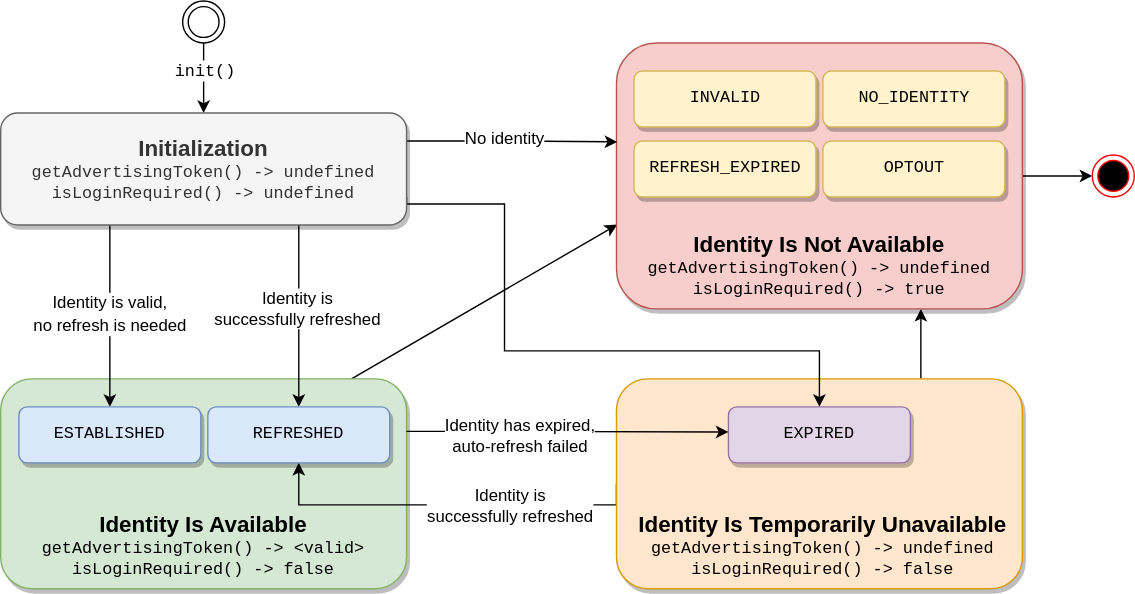
The draw.io diagram api/v1/sdks/uid2-js-sdk-workflow.svg in IABTechLab/uid2docs, before a commit. Source tidied: cells renumbered, new cells last; positions are measured from the earlier drawing's top-left corner, leaving out a move shared by most shapes. Source of this version:
```xml
<mxGraphModel>
  <root>
    <mxCell id="0" />
    <mxCell id="1" parent="0" />
    <mxCell id="2" style="rounded=0;jettySize=auto;html=1;exitX=0.857;exitY=0.008;exitDx=0;exitDy=0;exitPerimeter=0;entryX=0.002;entryY=0.683;entryDx=0;entryDy=0;entryPerimeter=0;" parent="1" edge="1" source="3" target="9">
      <mxGeometry relative="1" as="geometry" />
    </mxCell>
    <mxCell id="3" style="rounded=1;whiteSpace=wrap;html=1;fontFamily=Courier New;fontSize=16;fillColor=#d5e8d4;strokeColor=#82b366;gradientDirection=north;shadow=1;" parent="1" vertex="1">
      <mxGeometry y="270" width="290" height="150" as="geometry" />
    </mxCell>
    <mxCell id="4" style="edgeStyle=orthogonalEdgeStyle;rounded=0;jettySize=auto;html=1;fontFamily=Helvetica;fontSize=12;entryX=0.5;entryY=1;entryDx=0;entryDy=0;exitX=0;exitY=0.5;exitDx=0;exitDy=0;" parent="1" edge="1" source="7" target="21">
      <mxGeometry relative="1" as="geometry">
        <Array as="points">
          <mxPoint x="440" y="360" />
          <mxPoint x="213" y="360" />
        </Array>
      </mxGeometry>
    </mxCell>
    <mxCell id="5" value="Identity is&lt;br&gt;successfully refreshed" style="edgeLabel;html=1;align=center;verticalAlign=middle;fontSize=12;fontFamily=Helvetica;" parent="4" vertex="1">
      <mxGeometry x="-0.2" relative="1" as="geometry">
        <mxPoint x="17" as="offset" />
      </mxGeometry>
    </mxCell>
    <mxCell id="6" style="edgeStyle=none;rounded=0;jettySize=auto;html=1;exitX=0.75;exitY=0;exitDx=0;exitDy=0;entryX=0.75;entryY=1;entryDx=0;entryDy=0;" parent="1" edge="1" source="7" target="9">
      <mxGeometry relative="1" as="geometry" />
    </mxCell>
    <mxCell id="7" style="rounded=1;whiteSpace=wrap;html=1;fontFamily=Courier New;fontSize=16;fillColor=#ffe6cc;strokeColor=#d79b00;gradientDirection=north;shadow=1;" parent="1" vertex="1">
      <mxGeometry x="440" y="270" width="290" height="150" as="geometry" />
    </mxCell>
    <mxCell id="8" style="edgeStyle=orthogonalEdgeStyle;rounded=0;jettySize=auto;html=1;exitX=1;exitY=0.5;exitDx=0;exitDy=0;entryX=0;entryY=0.5;entryDx=0;entryDy=0;fontFamily=Helvetica;fontSize=12;fontColor=default;" parent="1" edge="1" source="9" target="30">
      <mxGeometry relative="1" as="geometry" />
    </mxCell>
    <mxCell id="9" style="rounded=1;whiteSpace=wrap;html=1;fontFamily=Courier New;fontSize=16;fillColor=#f8cecc;strokeColor=#b85450;gradientDirection=north;shadow=1;" parent="1" vertex="1">
      <mxGeometry x="440" y="30" width="290" height="190" as="geometry" />
    </mxCell>
    <mxCell id="10" style="edgeStyle=orthogonalEdgeStyle;rounded=0;jettySize=auto;html=1;exitX=0.5;exitY=1;exitDx=0;exitDy=0;entryX=0.5;entryY=0;entryDx=0;entryDy=0;fontFamily=Helvetica;fontSize=12;fontColor=default;" parent="1" edge="1" source="31" target="19">
      <mxGeometry relative="1" as="geometry" />
    </mxCell>
    <mxCell id="11" value="&lt;font face=&quot;Courier New&quot;&gt;init()&lt;/font&gt;" style="edgeLabel;html=1;align=center;verticalAlign=middle;fontSize=12;fontFamily=Helvetica;fontColor=default;" parent="10" vertex="1">
      <mxGeometry x="-0.24" relative="1" as="geometry" />
    </mxCell>
    <mxCell id="12" style="edgeStyle=orthogonalEdgeStyle;rounded=0;jettySize=auto;html=1;entryX=0.5;entryY=0;entryDx=0;entryDy=0;fontFamily=Courier New;fontSize=12;" parent="1" edge="1" target="22">
      <mxGeometry relative="1" as="geometry">
        <mxPoint x="78" y="160" as="sourcePoint" />
      </mxGeometry>
    </mxCell>
    <mxCell id="13" value="&lt;font face=&quot;Helvetica&quot;&gt;Identity is valid,&lt;br&gt;no refresh is needed&lt;/font&gt;" style="edgeLabel;html=1;align=center;verticalAlign=middle;fontSize=12;fontFamily=Courier New;spacingTop=3;spacingLeft=3;spacingBottom=3;spacingRight=5;spacing=3;" parent="12" vertex="1">
      <mxGeometry x="-0.04" relative="1" as="geometry" />
    </mxCell>
    <mxCell id="14" style="edgeStyle=orthogonalEdgeStyle;rounded=0;jettySize=auto;html=1;entryX=0.5;entryY=0;entryDx=0;entryDy=0;fontFamily=Courier New;fontSize=12;" parent="1" edge="1" target="21">
      <mxGeometry relative="1" as="geometry">
        <mxPoint x="213" y="160" as="sourcePoint" />
      </mxGeometry>
    </mxCell>
    <mxCell id="15" value="Identity is&lt;br&gt;successfully refreshed" style="edgeLabel;html=1;align=center;verticalAlign=middle;fontSize=12;fontFamily=Helvetica;" parent="14" vertex="1">
      <mxGeometry x="-0.1" y="-2" relative="1" as="geometry" />
    </mxCell>
    <mxCell id="16" style="edgeStyle=orthogonalEdgeStyle;rounded=0;jettySize=auto;html=1;exitX=1;exitY=0.25;exitDx=0;exitDy=0;fontFamily=Helvetica;fontSize=12;entryX=0.002;entryY=0.372;entryDx=0;entryDy=0;entryPerimeter=0;" parent="1" edge="1" source="19" target="9">
      <mxGeometry relative="1" as="geometry" />
    </mxCell>
    <mxCell id="17" value="No identity" style="edgeLabel;html=1;align=center;verticalAlign=middle;fontSize=12;fontFamily=Helvetica;" parent="16" vertex="1">
      <mxGeometry x="-0.09" y="2" relative="1" as="geometry" />
    </mxCell>
    <mxCell id="18" style="edgeStyle=orthogonalEdgeStyle;rounded=0;jettySize=auto;html=1;exitX=1;exitY=0.75;exitDx=0;exitDy=0;fontFamily=Helvetica;fontSize=12;" parent="1" edge="1" source="19" target="26">
      <mxGeometry relative="1" as="geometry">
        <Array as="points">
          <mxPoint x="360" y="145" />
          <mxPoint x="360" y="250" />
          <mxPoint x="585" y="250" />
        </Array>
      </mxGeometry>
    </mxCell>
    <mxCell id="19" value="&lt;b&gt;&lt;font style=&quot;font-size: 16px&quot;&gt;Initialization&lt;/font&gt;&lt;/b&gt;&lt;br&gt;&lt;span&gt;&lt;font face=&quot;Courier New&quot;&gt;getAdvertisingToken() -&amp;gt; undefined&lt;br&gt;isLoginRequired() -&amp;gt; undefined&lt;/font&gt;&lt;br&gt;&lt;/span&gt;" style="rounded=1;whiteSpace=wrap;html=1;fillColor=#f5f5f5;fontColor=#333333;strokeColor=#666666;shadow=1;labelBackgroundColor=none;" parent="1" vertex="1">
      <mxGeometry y="80" width="290" height="80" as="geometry" />
    </mxCell>
    <mxCell id="20" value="&lt;font style=&quot;font-size: 16px&quot;&gt;&lt;b&gt;&lt;font style=&quot;font-size: 16px&quot;&gt;Identity Is Available&lt;/font&gt;&lt;/b&gt;&lt;br&gt;&lt;/font&gt;&lt;span style=&quot;&quot;&gt;&lt;font face=&quot;Courier New&quot;&gt;getAdvertisingToken() -&amp;gt; &amp;lt;valid&amp;gt;&lt;br&gt;isLoginRequired() -&amp;gt; false&lt;/font&gt;&lt;br&gt;&lt;/span&gt;" style="rounded=1;whiteSpace=wrap;html=1;strokeColor=none;fillColor=none;labelBackgroundColor=none;" parent="1" vertex="1">
      <mxGeometry x="15" y="359" width="260" height="60" as="geometry" />
    </mxCell>
    <mxCell id="21" value="REFRESHED" style="rounded=1;whiteSpace=wrap;html=1;fontFamily=Courier New;fontSize=12;fillColor=#dae8fc;strokeColor=#6c8ebf;shadow=1;" parent="1" vertex="1">
      <mxGeometry x="148" y="290" width="130" height="40" as="geometry" />
    </mxCell>
    <mxCell id="22" value="ESTABLISHED" style="rounded=1;whiteSpace=wrap;html=1;fontFamily=Courier New;fontSize=12;fillColor=#dae8fc;strokeColor=#6c8ebf;shadow=1;" parent="1" vertex="1">
      <mxGeometry x="13" y="290" width="130" height="40" as="geometry" />
    </mxCell>
    <mxCell id="23" value="NO_IDENTITY" style="rounded=1;whiteSpace=wrap;html=1;fontFamily=Courier New;fontSize=12;fillColor=#fff2cc;strokeColor=#d6b656;shadow=1;" parent="1" vertex="1">
      <mxGeometry x="587.5" y="50" width="130" height="40" as="geometry" />
    </mxCell>
    <mxCell id="24" value="REFRESH_EXPIRED" style="rounded=1;whiteSpace=wrap;html=1;fontFamily=Courier New;fontSize=12;fillColor=#fff2cc;strokeColor=#d6b656;shadow=1;" parent="1" vertex="1">
      <mxGeometry x="452.5" y="100" width="130" height="40" as="geometry" />
    </mxCell>
    <mxCell id="25" value="OPTOUT" style="rounded=1;whiteSpace=wrap;html=1;fontFamily=Courier New;fontSize=12;fillColor=#fff2cc;strokeColor=#d6b656;shadow=1;" parent="1" vertex="1">
      <mxGeometry x="587.5" y="100" width="130" height="40" as="geometry" />
    </mxCell>
    <mxCell id="26" value="EXPIRED" style="rounded=1;whiteSpace=wrap;html=1;fontFamily=Courier New;fontSize=12;fillColor=#e1d5e7;strokeColor=#9673a6;shadow=1;" parent="1" vertex="1">
      <mxGeometry x="520" y="290" width="130" height="40" as="geometry" />
    </mxCell>
    <mxCell id="27" value="INVALID" style="rounded=1;whiteSpace=wrap;html=1;fontFamily=Courier New;fontSize=12;fillColor=#fff2cc;strokeColor=#d6b656;shadow=1;" parent="1" vertex="1">
      <mxGeometry x="452.5" y="50" width="130" height="40" as="geometry" />
    </mxCell>
    <mxCell id="28" value="&lt;font style=&quot;font-size: 16px&quot;&gt;&lt;b&gt;&lt;font style=&quot;font-size: 16px&quot;&gt;Identity Is Not Available&lt;/font&gt;&lt;/b&gt;&lt;br&gt;&lt;/font&gt;&lt;span style=&quot;&quot;&gt;&lt;font face=&quot;Courier New&quot;&gt;getAdvertisingToken() -&amp;gt; undefined&lt;br&gt;isLoginRequired() -&amp;gt; true&lt;/font&gt;&lt;br&gt;&lt;/span&gt;" style="rounded=1;whiteSpace=wrap;html=1;strokeColor=none;fillColor=none;fontColor=default;labelBackgroundColor=none;" parent="1" vertex="1">
      <mxGeometry x="455" y="159" width="260" height="60" as="geometry" />
    </mxCell>
    <mxCell id="29" value="&lt;font style=&quot;font-size: 16px&quot;&gt;&lt;b&gt;&lt;font style=&quot;font-size: 16px&quot;&gt;Identity Is Temporarily Unavailable&lt;/font&gt;&lt;/b&gt;&lt;br&gt;&lt;/font&gt;&lt;span style=&quot;&quot;&gt;&lt;font face=&quot;Courier New&quot;&gt;getAdvertisingToken() -&amp;gt; undefined&lt;br&gt;isLoginRequired() -&amp;gt; false&lt;/font&gt;&lt;br&gt;&lt;/span&gt;" style="rounded=1;whiteSpace=wrap;html=1;strokeColor=none;fillColor=none;labelBackgroundColor=none;" parent="1" vertex="1">
      <mxGeometry x="455" y="359" width="265" height="60" as="geometry" />
    </mxCell>
    <mxCell id="30" style="ellipse;html=1;shape=endState;fillColor=#000000;strokeColor=#ff0000;labelBackgroundColor=none;fontFamily=Helvetica;fontSize=12;fontColor=default;" parent="1" vertex="1">
      <mxGeometry x="780" y="110" width="30" height="30" as="geometry" />
    </mxCell>
    <mxCell id="31" style="ellipse;shape=doubleEllipse;html=1;dashed=0;whitespace=wrap;labelBackgroundColor=none;fontFamily=Helvetica;fontSize=12;fontColor=default;fillColor=none;gradientColor=#ffffff;gradientDirection=north;" parent="1" vertex="1">
      <mxGeometry x="130" width="30" height="30" as="geometry" />
    </mxCell>
    <mxCell id="32" style="edgeStyle=orthogonalEdgeStyle;rounded=0;jettySize=auto;html=1;exitX=1;exitY=0.25;exitDx=0;exitDy=0;entryX=0.276;entryY=0.253;entryDx=0;entryDy=0;entryPerimeter=0;fontFamily=Helvetica;fontSize=12;fontColor=default;" parent="1" edge="1" source="3" target="7">
      <mxGeometry relative="1" as="geometry" />
    </mxCell>
    <mxCell id="33" value="Identity has expired,&lt;br&gt;auto-refresh failed" style="edgeLabel;html=1;align=center;verticalAlign=middle;fontSize=12;fontFamily=Helvetica;fontColor=default;" parent="32" vertex="1">
      <mxGeometry x="-0.35" y="-2" relative="1" as="geometry">
        <mxPoint x="7" y="3" as="offset" />
      </mxGeometry>
    </mxCell>
  </root>
</mxGraphModel>
```
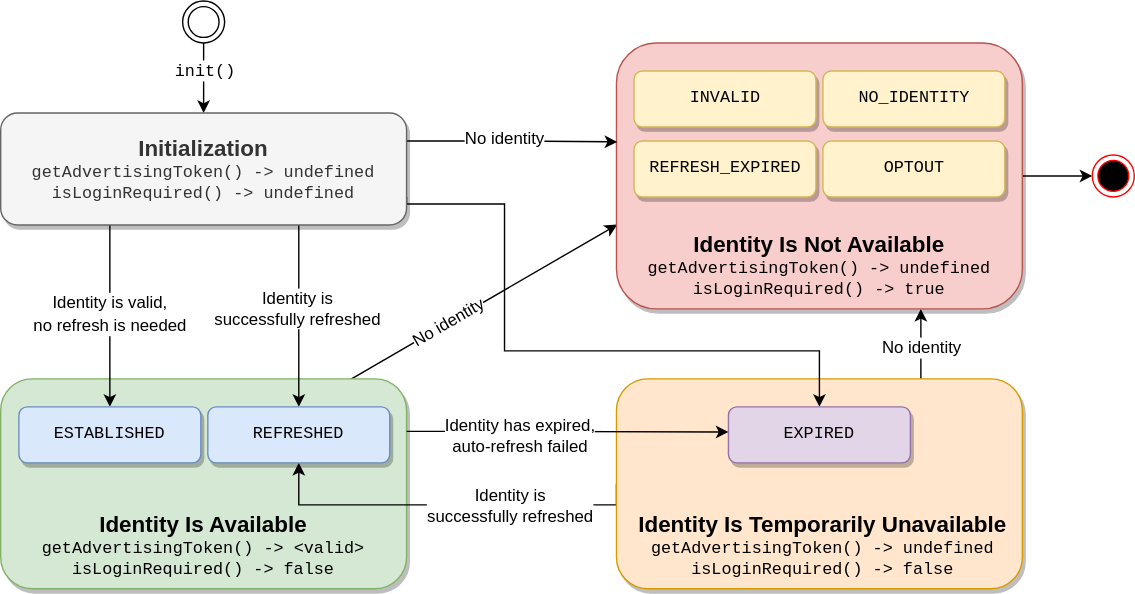
The same file after the commit.

What changed in the source:
```diff
@@ -5,6 +5,11 @@
     <mxCell id="2" style="rounded=0;jettySize=auto;html=1;exitX=0.857;exitY=0.008;exitDx=0;exitDy=0;exitPerimeter=0;entryX=0.002;entryY=0.683;entryDx=0;entryDy=0;entryPerimeter=0;" parent="1" edge="1" source="3" target="9">
       <mxGeometry relative="1" as="geometry" />
     </mxCell>
+    <mxCell id="34" value="No identity" style="edgeLabel;html=1;align=center;verticalAlign=middle;fontSize=12;rotation=-30;" parent="2" vertex="1">
+      <mxGeometry x="-0.09" y="1" relative="1" as="geometry">
+        <mxPoint x="-15" y="10" as="offset" />
+      </mxGeometry>
+    </mxCell>
     <mxCell id="3" style="rounded=1;whiteSpace=wrap;html=1;fontFamily=Courier New;fontSize=16;fillColor=#d5e8d4;strokeColor=#82b366;gradientDirection=north;shadow=1;" parent="1" vertex="1">
       <mxGeometry y="270" width="290" height="150" as="geometry" />
     </mxCell>
@@ -24,6 +29,11 @@
     <mxCell id="6" style="edgeStyle=none;rounded=0;jettySize=auto;html=1;exitX=0.75;exitY=0;exitDx=0;exitDy=0;entryX=0.75;entryY=1;entryDx=0;entryDy=0;" parent="1" edge="1" source="7" target="9">
       <mxGeometry relative="1" as="geometry" />
     </mxCell>
+    <mxCell id="35" value="No identity" style="edgeLabel;html=1;align=center;verticalAlign=middle;fontSize=12;" parent="6" vertex="1">
+      <mxGeometry x="-0.08" y="1" relative="1" as="geometry">
+        <mxPoint x="1" as="offset" />
+      </mxGeometry>
+    </mxCell>
     <mxCell id="7" style="rounded=1;whiteSpace=wrap;html=1;fontFamily=Courier New;fontSize=16;fillColor=#ffe6cc;strokeColor=#d79b00;gradientDirection=north;shadow=1;" parent="1" vertex="1">
       <mxGeometry x="440" y="270" width="290" height="150" as="geometry" />
     </mxCell>
```
